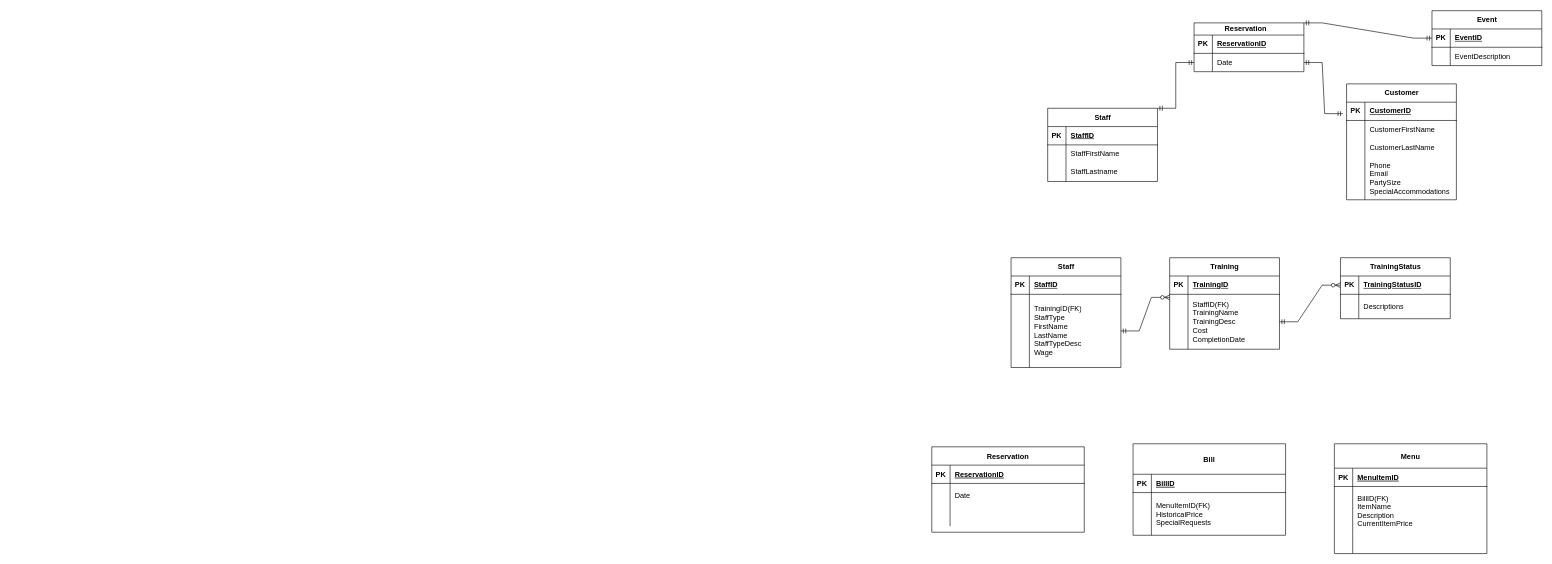
The draw.io diagram DMIT Lab 1 ERD.drawio in atomas28/atomas28.github.io, before the edit. Source tidied: cells renumbered, new cells numbered last; positions are measured from the earlier drawing's top-left corner, leaving out a move shared by most shapes. Both pictures are drawn from the tidied source at 61%, with x=0, y=0 at pixel (931, 10).
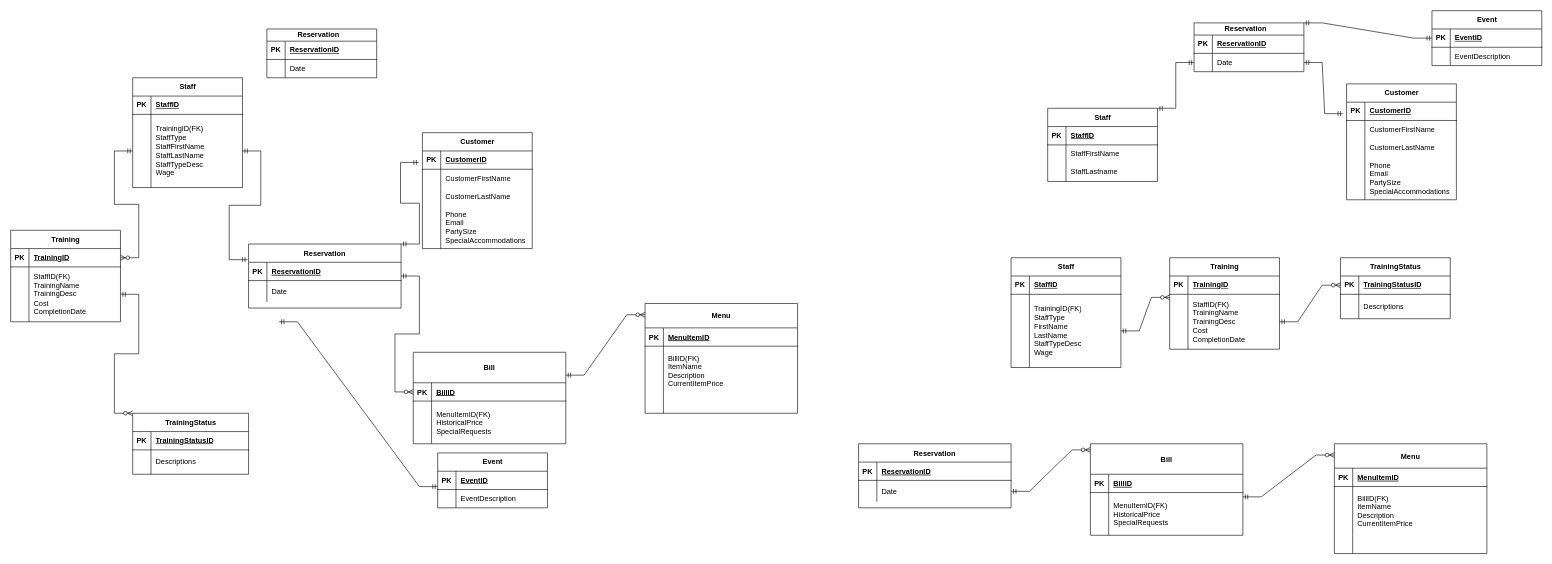
After the change.

Diff of the diagram source:
```diff
@@
     <mxCell id="2" value="Reservation" style="shape=table;startSize=30;childLayout=tableLayout;rowLines=0;fontStyle=1;align=center;" parent="1" vertex="1">
-      <mxGeometry y="715" width="250" height="140" as="geometry" />
+      <mxGeometry x="-120" y="710" width="250" height="105" as="geometry" />
     </mxCell>
@@
     <mxCell id="6" style="shape=partialRectangle;fillColor=none;top=0;left=0;right=0;bottom=0;" parent="2" vertex="1">
-      <mxGeometry y="60" width="250" height="40" as="geometry" />
+      <mxGeometry y="60" width="250" height="35" as="geometry" />
     </mxCell>
     <mxCell id="7" style="shape=partialRectangle;overflow=hidden;fillColor=none;top=0;left=0;bottom=0;right=0;" parent="6" vertex="1">
-      <mxGeometry width="30" height="40" as="geometry" />
+      <mxGeometry width="30" height="35" as="geometry" />
     </mxCell>
     <mxCell id="8" value="Date" style="shape=partialRectangle;overflow=hidden;fillColor=none;top=0;left=0;bottom=0;right=0;align=left;spacingLeft=6;" parent="6" vertex="1">
-      <mxGeometry x="30" width="220" height="40" as="geometry" />
+      <mxGeometry x="30" width="220" height="35" as="geometry" />
     </mxCell>
-    <mxCell id="9" style="shape=partialRectangle;fillColor=none;top=0;left=0;right=0;bottom=0;" parent="2" vertex="1">
-      <mxGeometry y="100" width="250" height="30" as="geometry" />
-    </mxCell>
-    <mxCell id="10" style="shape=partialRectangle;overflow=hidden;fillColor=none;top=0;left=0;bottom=0;right=0;" parent="9" vertex="1">
-      <mxGeometry width="30" height="30" as="geometry" />
-    </mxCell>
-    <mxCell id="11" style="shape=partialRectangle;overflow=hidden;fillColor=none;top=0;left=0;bottom=0;right=0;align=left;spacingLeft=6;" parent="9" vertex="1">
-      <mxGeometry x="30" width="220" height="30" as="geometry" />
-    </mxCell>
@@
     <mxCell id="22" value="Bill" style="shape=table;startSize=50;childLayout=tableLayout;rowLines=0;fontStyle=1;align=center;" parent="1" vertex="1">
-      <mxGeometry x="330" y="710" width="250" height="150" as="geometry" />
+      <mxGeometry x="260" y="710" width="250" height="150" as="geometry" />
     </mxCell>
@@
+    <mxCell id="92" style="edgeStyle=entityRelationEdgeStyle;fontSize=12;html=1;endArrow=ERzeroToMany;startArrow=ERmandOne;rounded=0;" parent="1" edge="1">
+      <mxGeometry relative="1" as="geometry">
+        <mxPoint x="130" y="788" as="sourcePoint" />
+        <mxPoint x="260" y="720" as="targetPoint" />
+      </mxGeometry>
+    </mxCell>
+    <mxCell id="93" style="edgeStyle=entityRelationEdgeStyle;fontSize=12;html=1;endArrow=ERzeroToMany;startArrow=ERmandOne;rounded=0;" parent="1" edge="1">
+      <mxGeometry relative="1" as="geometry">
+        <mxPoint x="510" y="797" as="sourcePoint" />
+        <mxPoint x="660" y="728.5" as="targetPoint" />
+      </mxGeometry>
+    </mxCell>
+    <mxCell id="94" value="Reservation" style="shape=table;startSize=30;childLayout=tableLayout;rowLines=0;fontStyle=1;align=center;" parent="1" vertex="1">
+      <mxGeometry x="-1120" y="382.5" width="250" height="105" as="geometry" />
+    </mxCell>
+    <mxCell id="95" style="shape=partialRectangle;fillColor=none;points=[[0,0.5],[1,0.5]];portConstraint=eastwest;top=0;left=0;right=0;bottom=1;" parent="94" vertex="1">
+      <mxGeometry y="30" width="250" height="30" as="geometry" />
+    </mxCell>
+    <mxCell id="96" value="PK" style="shape=partialRectangle;overflow=hidden;fillColor=none;top=0;left=0;bottom=0;right=0;fontStyle=1;" parent="95" vertex="1">
+      <mxGeometry width="30" height="30" as="geometry" />
+    </mxCell>
+    <mxCell id="97" value="ReservationID" style="shape=partialRectangle;overflow=hidden;fillColor=none;top=0;left=0;bottom=0;right=0;align=left;spacingLeft=6;fontStyle=5;" parent="95" vertex="1">
+      <mxGeometry x="30" width="220" height="30" as="geometry" />
+    </mxCell>
+    <mxCell id="98" style="shape=partialRectangle;fillColor=none;top=0;left=0;right=0;bottom=0;" parent="94" vertex="1">
+      <mxGeometry y="60" width="250" height="35" as="geometry" />
+    </mxCell>
+    <mxCell id="99" style="shape=partialRectangle;overflow=hidden;fillColor=none;top=0;left=0;bottom=0;right=0;" parent="98" vertex="1">
+      <mxGeometry width="30" height="35" as="geometry" />
+    </mxCell>
+    <mxCell id="100" value="Date" style="shape=partialRectangle;overflow=hidden;fillColor=none;top=0;left=0;bottom=0;right=0;align=left;spacingLeft=6;" parent="98" vertex="1">
+      <mxGeometry x="30" width="220" height="35" as="geometry" />
+    </mxCell>
+    <mxCell id="101" value="Menu" style="shape=table;startSize=40;childLayout=tableLayout;rowLines=0;fontStyle=1;align=center;" parent="1" vertex="1">
+      <mxGeometry x="-470" y="480" width="250" height="180" as="geometry" />
+    </mxCell>
+    <mxCell id="102" style="shape=partialRectangle;fillColor=none;top=0;left=0;right=0;bottom=1;" parent="101" vertex="1">
+      <mxGeometry y="40" width="250" height="30" as="geometry" />
+    </mxCell>
+    <mxCell id="103" value="PK" style="shape=partialRectangle;overflow=hidden;fillColor=none;top=0;left=0;bottom=0;right=0;fontStyle=1;" parent="102" vertex="1">
+      <mxGeometry width="30" height="30" as="geometry" />
+    </mxCell>
+    <mxCell id="104" value="MenuItemID" style="shape=partialRectangle;overflow=hidden;fillColor=none;top=0;left=0;bottom=0;right=0;align=left;spacingLeft=6;fontStyle=5;" parent="102" vertex="1">
+      <mxGeometry x="30" width="220" height="30" as="geometry" />
+    </mxCell>
+    <mxCell id="105" style="shape=partialRectangle;fillColor=none;top=0;left=0;right=0;bottom=0;" parent="101" vertex="1">
+      <mxGeometry y="70" width="250" height="80" as="geometry" />
+    </mxCell>
+    <mxCell id="106" style="shape=partialRectangle;overflow=hidden;fillColor=none;top=0;left=0;bottom=0;right=0;" parent="105" vertex="1">
+      <mxGeometry width="30" height="80" as="geometry" />
+    </mxCell>
+    <mxCell id="107" value="BillID(FK)&#10;ItemName&#10;Description&#10;CurrentItemPrice" style="shape=partialRectangle;overflow=hidden;fillColor=none;top=0;left=0;bottom=0;right=0;align=left;spacingLeft=6;" parent="105" vertex="1">
+      <mxGeometry x="30" width="220" height="80" as="geometry" />
+    </mxCell>
+    <mxCell id="108" style="shape=partialRectangle;fillColor=none;top=0;left=0;right=0;bottom=0;" parent="101" vertex="1">
+      <mxGeometry y="150" width="250" height="30" as="geometry" />
+    </mxCell>
+    <mxCell id="10" style="shape=partialRectangle;overflow=hidden;fillColor=none;top=0;left=0;bottom=0;right=0;" parent="108" vertex="1">
+      <mxGeometry width="30" height="30" as="geometry" />
+    </mxCell>
+    <mxCell id="11" style="shape=partialRectangle;overflow=hidden;fillColor=none;top=0;left=0;bottom=0;right=0;align=left;spacingLeft=6;" parent="108" vertex="1">
+      <mxGeometry x="30" width="220" height="30" as="geometry" />
+    </mxCell>
+    <mxCell id="109" value="Bill" style="shape=table;startSize=50;childLayout=tableLayout;rowLines=0;fontStyle=1;align=center;" parent="1" vertex="1">
+      <mxGeometry x="-850" y="560" width="250" height="150" as="geometry" />
+    </mxCell>
+    <mxCell id="110" style="shape=partialRectangle;fillColor=none;points=[[0,0.5],[1,0.5]];portConstraint=eastwest;top=0;left=0;right=0;bottom=1;" parent="109" vertex="1">
+      <mxGeometry y="50" width="250" height="30" as="geometry" />
+    </mxCell>
+    <mxCell id="111" value="PK" style="shape=partialRectangle;overflow=hidden;fillColor=none;top=0;left=0;bottom=0;right=0;fontStyle=1;" parent="110" vertex="1">
+      <mxGeometry width="30" height="30" as="geometry" />
+    </mxCell>
+    <mxCell id="112" value="BillID" style="shape=partialRectangle;overflow=hidden;fillColor=none;top=0;left=0;bottom=0;right=0;align=left;spacingLeft=6;fontStyle=5;" parent="110" vertex="1">
+      <mxGeometry x="30" width="220" height="30" as="geometry" />
+    </mxCell>
+    <mxCell id="113" style="shape=partialRectangle;fillColor=none;top=0;left=0;right=0;bottom=0;" parent="109" vertex="1">
+      <mxGeometry y="80" width="250" height="70" as="geometry" />
+    </mxCell>
+    <mxCell id="114" style="shape=partialRectangle;overflow=hidden;fillColor=none;top=0;left=0;bottom=0;right=0;" parent="113" vertex="1">
+      <mxGeometry width="30" height="70" as="geometry" />
+    </mxCell>
+    <mxCell id="115" value="MenuItemID(FK)&#10;HistoricalPrice&#10;SpecialRequests" style="shape=partialRectangle;overflow=hidden;fillColor=none;top=0;left=0;bottom=0;right=0;align=left;spacingLeft=6;" parent="113" vertex="1">
+      <mxGeometry x="30" width="220" height="70" as="geometry" />
+    </mxCell>
+    <mxCell id="116" value="Reservation&lt;span style=&quot;white-space: pre;&quot;&gt;&#9;&lt;/span&gt;" style="shape=table;startSize=20;childLayout=tableLayout;rowLines=0;fontStyle=1;align=center;html=1;" parent="1" vertex="1">
+      <mxGeometry x="-1090" y="30" width="180" height="80" as="geometry" />
+    </mxCell>
+    <mxCell id="117" style="shape=tableRow;horizontal=0;startSize=0;swimlaneHead=0;swimlaneBody=0;fillColor=none;top=0;left=0;right=0;bottom=1;" parent="116" vertex="1">
+      <mxGeometry y="20" width="180" height="30" as="geometry" />
+    </mxCell>
+    <mxCell id="118" value="PK" style="shape=partialRectangle;fillColor=none;top=0;left=0;bottom=0;right=0;fontStyle=1;overflow=hidden;whiteSpace=wrap;html=1;" parent="117" vertex="1">
+      <mxGeometry width="30" height="30" as="geometry" />
+    </mxCell>
+    <mxCell id="119" value="ReservationID" style="shape=partialRectangle;fillColor=none;top=0;left=0;bottom=0;right=0;align=left;spacingLeft=6;fontStyle=5;overflow=hidden;whiteSpace=wrap;html=1;" parent="117" vertex="1">
+      <mxGeometry x="30" width="150" height="30" as="geometry" />
+    </mxCell>
+    <mxCell id="120" style="shape=tableRow;horizontal=0;startSize=0;swimlaneHead=0;swimlaneBody=0;fillColor=none;top=0;left=0;right=0;bottom=0;" parent="116" vertex="1">
+      <mxGeometry y="50" width="180" height="30" as="geometry" />
+    </mxCell>
+    <mxCell id="121" style="shape=partialRectangle;fillColor=none;top=0;left=0;bottom=0;right=0;overflow=hidden;whiteSpace=wrap;html=1;" parent="120" vertex="1">
+      <mxGeometry width="30" height="30" as="geometry" />
+    </mxCell>
+    <mxCell id="122" value="Date" style="shape=partialRectangle;fillColor=none;top=0;left=0;bottom=0;right=0;align=left;spacingLeft=6;overflow=hidden;whiteSpace=wrap;html=1;" parent="120" vertex="1">
+      <mxGeometry x="30" width="150" height="30" as="geometry" />
+    </mxCell>
+    <mxCell id="123" value="Customer" style="shape=table;startSize=30;childLayout=tableLayout;rowLines=0;fontStyle=1;align=center;html=1;" parent="1" vertex="1">
+      <mxGeometry x="-835" y="200" width="180" height="190" as="geometry" />
+    </mxCell>
+    <mxCell id="124" style="shape=tableRow;horizontal=0;startSize=0;swimlaneHead=0;swimlaneBody=0;fillColor=none;points=[[0,0.5],[1,0.5]];portConstraint=eastwest;top=0;left=0;right=0;bottom=1;" parent="123" vertex="1">
+      <mxGeometry y="30" width="180" height="30" as="geometry" />
+    </mxCell>
+    <mxCell id="125" value="PK" style="shape=partialRectangle;fillColor=none;top=0;left=0;bottom=0;right=0;fontStyle=1;overflow=hidden;whiteSpace=wrap;html=1;" parent="124" vertex="1">
+      <mxGeometry width="30" height="30" as="geometry" />
+    </mxCell>
+    <mxCell id="126" value="CustomerID" style="shape=partialRectangle;fillColor=none;top=0;left=0;bottom=0;right=0;align=left;spacingLeft=6;fontStyle=5;overflow=hidden;whiteSpace=wrap;html=1;" parent="124" vertex="1">
+      <mxGeometry x="30" width="150" height="30" as="geometry" />
+    </mxCell>
+    <mxCell id="127" style="shape=tableRow;horizontal=0;startSize=0;swimlaneHead=0;swimlaneBody=0;fillColor=none;top=0;left=0;right=0;bottom=0;" parent="123" vertex="1">
+      <mxGeometry y="60" width="180" height="30" as="geometry" />
+    </mxCell>
+    <mxCell id="128" style="shape=partialRectangle;fillColor=none;top=0;left=0;bottom=0;right=0;overflow=hidden;whiteSpace=wrap;html=1;" parent="127" vertex="1">
+      <mxGeometry width="30" height="30" as="geometry" />
+    </mxCell>
+    <mxCell id="129" value="CustomerFirstName" style="shape=partialRectangle;fillColor=none;top=0;left=0;bottom=0;right=0;align=left;spacingLeft=6;overflow=hidden;whiteSpace=wrap;html=1;" parent="127" vertex="1">
+      <mxGeometry x="30" width="150" height="30" as="geometry" />
+    </mxCell>
+    <mxCell id="130" style="shape=tableRow;horizontal=0;startSize=0;swimlaneHead=0;swimlaneBody=0;fillColor=none;top=0;left=0;right=0;bottom=0;" parent="123" vertex="1">
+      <mxGeometry y="90" width="180" height="30" as="geometry" />
+    </mxCell>
+    <mxCell id="131" style="shape=partialRectangle;fillColor=none;top=0;left=0;bottom=0;right=0;overflow=hidden;whiteSpace=wrap;html=1;" parent="130" vertex="1">
+      <mxGeometry width="30" height="30" as="geometry" />
+    </mxCell>
+    <mxCell id="132" value="CustomerLastName" style="shape=partialRectangle;fillColor=none;top=0;left=0;bottom=0;right=0;align=left;spacingLeft=6;overflow=hidden;whiteSpace=wrap;html=1;" parent="130" vertex="1">
+      <mxGeometry x="30" width="150" height="30" as="geometry" />
+    </mxCell>
+    <mxCell id="133" style="shape=tableRow;horizontal=0;startSize=0;swimlaneHead=0;swimlaneBody=0;fillColor=none;top=0;left=0;right=0;bottom=0;" parent="123" vertex="1">
+      <mxGeometry y="120" width="180" height="70" as="geometry" />
+    </mxCell>
+    <mxCell id="134" style="shape=partialRectangle;fillColor=none;top=0;left=0;bottom=0;right=0;overflow=hidden;whiteSpace=wrap;html=1;" parent="133" vertex="1">
+      <mxGeometry width="30" height="70" as="geometry" />
+    </mxCell>
+    <mxCell id="135" value="Phone&lt;br&gt;Email&lt;br&gt;PartySize&lt;br&gt;SpecialAccommodations" style="shape=partialRectangle;fillColor=none;top=0;left=0;bottom=0;right=0;align=left;spacingLeft=6;overflow=hidden;whiteSpace=wrap;html=1;" parent="133" vertex="1">
+      <mxGeometry x="30" width="150" height="70" as="geometry" />
+    </mxCell>
+    <mxCell id="136" value="Staff" style="shape=table;startSize=30;childLayout=tableLayout;rowLines=0;fontStyle=1;align=center;html=1;" parent="1" vertex="1">
+      <mxGeometry x="-1310" y="110" width="180" height="180" as="geometry" />
+    </mxCell>
+    <mxCell id="137" style="shape=tableRow;horizontal=0;startSize=0;swimlaneHead=0;swimlaneBody=0;fillColor=none;top=0;left=0;right=0;bottom=1;" parent="136" vertex="1">
+      <mxGeometry y="30" width="180" height="30" as="geometry" />
+    </mxCell>
+    <mxCell id="138" value="PK" style="shape=partialRectangle;fillColor=none;top=0;left=0;bottom=0;right=0;fontStyle=1;overflow=hidden;whiteSpace=wrap;html=1;" parent="137" vertex="1">
+      <mxGeometry width="30" height="30" as="geometry" />
+    </mxCell>
+    <mxCell id="139" value="StaffID" style="shape=partialRectangle;fillColor=none;top=0;left=0;bottom=0;right=0;align=left;spacingLeft=6;fontStyle=5;overflow=hidden;whiteSpace=wrap;html=1;" parent="137" vertex="1">
+      <mxGeometry x="30" width="150" height="30" as="geometry" />
+    </mxCell>
+    <mxCell id="140" style="shape=tableRow;horizontal=0;startSize=0;swimlaneHead=0;swimlaneBody=0;fillColor=none;points=[[0,0.5],[1,0.5]];portConstraint=eastwest;top=0;left=0;right=0;bottom=0;" parent="136" vertex="1">
+      <mxGeometry y="60" width="180" height="120" as="geometry" />
+    </mxCell>
+    <mxCell id="141" style="shape=partialRectangle;fillColor=none;top=0;left=0;bottom=0;right=0;overflow=hidden;whiteSpace=wrap;html=1;" parent="140" vertex="1">
+      <mxGeometry width="30" height="120" as="geometry" />
+    </mxCell>
+    <mxCell id="142" value="TrainingID(FK)&lt;br&gt;StaffType&lt;br&gt;StaffFirstName&lt;br&gt;StaffLastName&lt;br&gt;StaffTypeDesc&lt;br&gt;Wage" style="shape=partialRectangle;fillColor=none;top=0;left=0;bottom=0;right=0;align=left;spacingLeft=6;overflow=hidden;whiteSpace=wrap;html=1;" parent="140" vertex="1">
+      <mxGeometry x="30" width="150" height="120" as="geometry" />
+    </mxCell>
+    <mxCell id="143" value="Training" style="shape=table;startSize=30;childLayout=tableLayout;rowLines=0;fontStyle=1;align=center;html=1;" parent="1" vertex="1">
+      <mxGeometry x="-1510" y="360" width="180" height="150" as="geometry" />
+    </mxCell>
+    <mxCell id="144" style="shape=tableRow;horizontal=0;startSize=0;swimlaneHead=0;swimlaneBody=0;fillColor=none;points=[[0,0.5],[1,0.5]];portConstraint=eastwest;top=0;left=0;right=0;bottom=1;" parent="143" vertex="1">
+      <mxGeometry y="30" width="180" height="30" as="geometry" />
+    </mxCell>
+    <mxCell id="145" value="PK" style="shape=partialRectangle;fillColor=none;top=0;left=0;bottom=0;right=0;fontStyle=1;overflow=hidden;whiteSpace=wrap;html=1;" parent="144" vertex="1">
+      <mxGeometry width="30" height="30" as="geometry" />
+    </mxCell>
+    <mxCell id="146" value="TrainingID" style="shape=partialRectangle;fillColor=none;top=0;left=0;bottom=0;right=0;align=left;spacingLeft=6;fontStyle=5;overflow=hidden;whiteSpace=wrap;html=1;" parent="144" vertex="1">
+      <mxGeometry x="30" width="150" height="30" as="geometry" />
+    </mxCell>
+    <mxCell id="147" style="shape=tableRow;horizontal=0;startSize=0;swimlaneHead=0;swimlaneBody=0;fillColor=none;points=[[0,0.5],[1,0.5]];portConstraint=eastwest;top=0;left=0;right=0;bottom=0;" parent="143" vertex="1">
+      <mxGeometry y="60" width="180" height="90" as="geometry" />
+    </mxCell>
+    <mxCell id="148" style="shape=partialRectangle;fillColor=none;top=0;left=0;bottom=0;right=0;overflow=hidden;whiteSpace=wrap;html=1;" parent="147" vertex="1">
+      <mxGeometry width="30" height="90" as="geometry" />
+    </mxCell>
+    <mxCell id="149" value="StaffID(FK)&lt;br&gt;TrainingName&lt;br&gt;TrainingDesc&lt;br&gt;Cost&lt;br&gt;CompletionDate&lt;br&gt;" style="shape=partialRectangle;fillColor=none;top=0;left=0;bottom=0;right=0;align=left;spacingLeft=6;overflow=hidden;whiteSpace=wrap;html=1;" parent="147" vertex="1">
+      <mxGeometry x="30" width="150" height="90" as="geometry" />
+    </mxCell>
+    <mxCell id="150" value="TrainingStatus" style="shape=table;startSize=30;childLayout=tableLayout;rowLines=0;fontStyle=1;align=center;html=1;" parent="1" vertex="1">
+      <mxGeometry x="-1310" y="660" width="190" height="100" as="geometry" />
+    </mxCell>
+    <mxCell id="151" style="shape=tableRow;horizontal=0;startSize=0;swimlaneHead=0;swimlaneBody=0;fillColor=none;top=0;left=0;right=0;bottom=1;" parent="150" vertex="1">
+      <mxGeometry y="30" width="190" height="30" as="geometry" />
+    </mxCell>
+    <mxCell id="152" value="PK" style="shape=partialRectangle;fillColor=none;top=0;left=0;bottom=0;right=0;fontStyle=1;overflow=hidden;whiteSpace=wrap;html=1;" parent="151" vertex="1">
+      <mxGeometry width="30" height="30" as="geometry" />
+    </mxCell>
+    <mxCell id="153" value="TrainingStatusID" style="shape=partialRectangle;fillColor=none;top=0;left=0;bottom=0;right=0;align=left;spacingLeft=6;fontStyle=5;overflow=hidden;whiteSpace=wrap;html=1;" parent="151" vertex="1">
+      <mxGeometry x="30" width="160" height="30" as="geometry" />
+    </mxCell>
+    <mxCell id="154" style="shape=tableRow;horizontal=0;startSize=0;swimlaneHead=0;swimlaneBody=0;fillColor=none;top=0;left=0;right=0;bottom=0;" parent="150" vertex="1">
+      <mxGeometry y="60" width="190" height="40" as="geometry" />
+    </mxCell>
+    <mxCell id="155" style="shape=partialRectangle;fillColor=none;top=0;left=0;bottom=0;right=0;overflow=hidden;whiteSpace=wrap;html=1;" parent="154" vertex="1">
+      <mxGeometry width="30" height="40" as="geometry" />
+    </mxCell>
+    <mxCell id="156" value="Descriptions" style="shape=partialRectangle;fillColor=none;top=0;left=0;bottom=0;right=0;align=left;spacingLeft=6;overflow=hidden;whiteSpace=wrap;html=1;" parent="154" vertex="1">
+      <mxGeometry x="30" width="160" height="40" as="geometry" />
+    </mxCell>
+    <mxCell id="157" style="edgeStyle=entityRelationEdgeStyle;fontSize=12;html=1;endArrow=ERmandOne;startArrow=ERmandOne;rounded=0;entryX=-0.033;entryY=0.627;entryDx=0;entryDy=0;entryPerimeter=0;exitX=1;exitY=0;exitDx=0;exitDy=0;" parent="1" edge="1" source="94" target="124">
+      <mxGeometry relative="1" as="geometry" />
+    </mxCell>
+    <mxCell id="158" style="edgeStyle=entityRelationEdgeStyle;fontSize=12;html=1;endArrow=ERmandOne;startArrow=ERmandOne;rounded=0;entryX=1;entryY=0.5;entryDx=0;entryDy=0;exitX=-0.007;exitY=-0.145;exitDx=0;exitDy=0;exitPerimeter=0;" parent="1" edge="1" source="95" target="140">
+      <mxGeometry relative="1" as="geometry" />
+    </mxCell>
+    <mxCell id="159" style="edgeStyle=entityRelationEdgeStyle;fontSize=12;html=1;endArrow=ERzeroToMany;startArrow=ERmandOne;rounded=0;entryX=0;entryY=0.5;entryDx=0;entryDy=0;" parent="1" edge="1" source="94" target="110">
+      <mxGeometry relative="1" as="geometry" />
+    </mxCell>
+    <mxCell id="160" style="edgeStyle=entityRelationEdgeStyle;fontSize=12;html=1;endArrow=ERzeroToMany;startArrow=ERmandOne;rounded=0;exitX=1;exitY=0.25;exitDx=0;exitDy=0;" parent="1" edge="1" source="109">
+      <mxGeometry relative="1" as="geometry">
+        <mxPoint x="-470" y="498.5" as="targetPoint" />
+      </mxGeometry>
+    </mxCell>
+    <mxCell id="161" style="edgeStyle=entityRelationEdgeStyle;fontSize=12;html=1;endArrow=ERzeroToMany;startArrow=ERmandOne;rounded=0;exitX=1;exitY=0.5;exitDx=0;exitDy=0;entryX=0;entryY=0;entryDx=0;entryDy=0;" parent="1" edge="1" source="147" target="150">
+      <mxGeometry relative="1" as="geometry">
+        <Array as="points">
+          <mxPoint x="-1610" y="835" />
+        </Array>
+      </mxGeometry>
+    </mxCell>
+    <mxCell id="162" style="edgeStyle=entityRelationEdgeStyle;fontSize=12;html=1;endArrow=ERzeroToMany;startArrow=ERmandOne;rounded=0;exitX=0;exitY=0.5;exitDx=0;exitDy=0;entryX=1;entryY=0.5;entryDx=0;entryDy=0;" parent="1" edge="1" source="140" target="144">
+      <mxGeometry relative="1" as="geometry">
+        <Array as="points">
+          <mxPoint x="-1360" y="820" />
+        </Array>
+      </mxGeometry>
+    </mxCell>
+    <mxCell id="163" value="Event" style="shape=table;startSize=30;childLayout=tableLayout;rowLines=0;fontStyle=1;align=center;html=1;" parent="1" vertex="1">
+      <mxGeometry x="-810" y="725" width="180" height="90" as="geometry" />
+    </mxCell>
+    <mxCell id="164" style="shape=tableRow;horizontal=0;startSize=0;swimlaneHead=0;swimlaneBody=0;fillColor=none;top=0;left=0;right=0;bottom=1;" parent="163" vertex="1">
+      <mxGeometry y="30" width="180" height="30" as="geometry" />
+    </mxCell>
+    <mxCell id="165" value="PK" style="shape=partialRectangle;fillColor=none;top=0;left=0;bottom=0;right=0;fontStyle=1;overflow=hidden;whiteSpace=wrap;html=1;" parent="164" vertex="1">
+      <mxGeometry width="30" height="30" as="geometry" />
+    </mxCell>
+    <mxCell id="166" value="EventID" style="shape=partialRectangle;fillColor=none;top=0;left=0;bottom=0;right=0;align=left;spacingLeft=6;fontStyle=5;overflow=hidden;whiteSpace=wrap;html=1;" parent="164" vertex="1">
+      <mxGeometry x="30" width="150" height="30" as="geometry" />
+    </mxCell>
+    <mxCell id="167" style="shape=tableRow;horizontal=0;startSize=0;swimlaneHead=0;swimlaneBody=0;fillColor=none;top=0;left=0;right=0;bottom=0;" parent="163" vertex="1">
+      <mxGeometry y="60" width="180" height="30" as="geometry" />
+    </mxCell>
+    <mxCell id="168" style="shape=partialRectangle;fillColor=none;top=0;left=0;bottom=0;right=0;overflow=hidden;whiteSpace=wrap;html=1;" parent="167" vertex="1">
+      <mxGeometry width="30" height="30" as="geometry" />
+    </mxCell>
+    <mxCell id="169" value="EventDescription" style="shape=partialRectangle;fillColor=none;top=0;left=0;bottom=0;right=0;align=left;spacingLeft=6;overflow=hidden;whiteSpace=wrap;html=1;" parent="167" vertex="1">
+      <mxGeometry x="30" width="150" height="30" as="geometry" />
+    </mxCell>
+    <mxCell id="170" style="edgeStyle=entityRelationEdgeStyle;fontSize=12;html=1;endArrow=ERmandOne;startArrow=ERmandOne;rounded=0;entryX=0;entryY=0.5;entryDx=0;entryDy=0;" parent="1" edge="1">
+      <mxGeometry relative="1" as="geometry">
+        <mxPoint x="-1070" y="510" as="sourcePoint" />
+        <mxPoint x="-810" y="780.2" as="targetPoint" />
+        <Array as="points">
+          <mxPoint x="-1040" y="524" />
+          <mxPoint x="-830" y="755.2" />
+        </Array>
+      </mxGeometry>
+    </mxCell>
```
